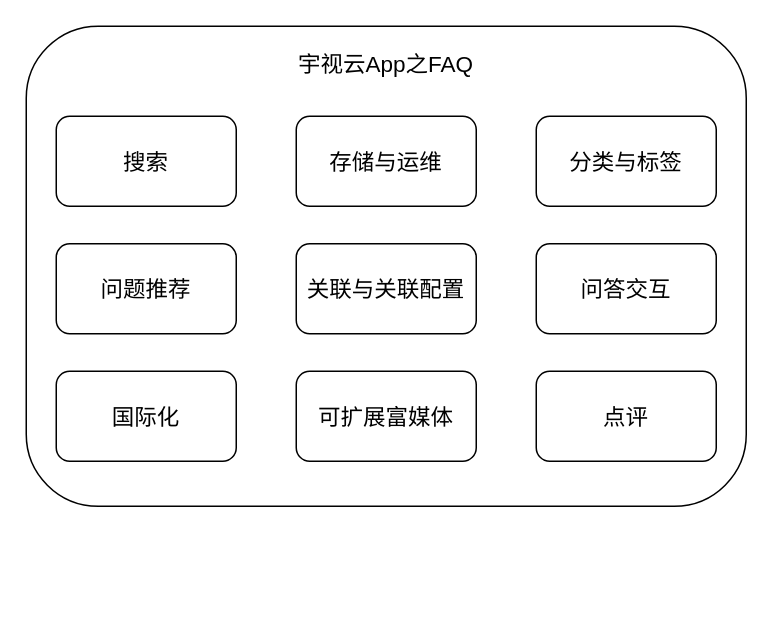
This is 宇视云之FAQ系统模块划分.drawio from HuaHero/OnLineFaq, a draw.io file, before an edit. Source tidied: cells renumbered, new cells numbered last; positions are measured from the earlier drawing's top-left corner, leaving out a move shared by most shapes. Both pictures are drawn from the tidied source at 150%, with x=0, y=0 at pixel (26, 26).
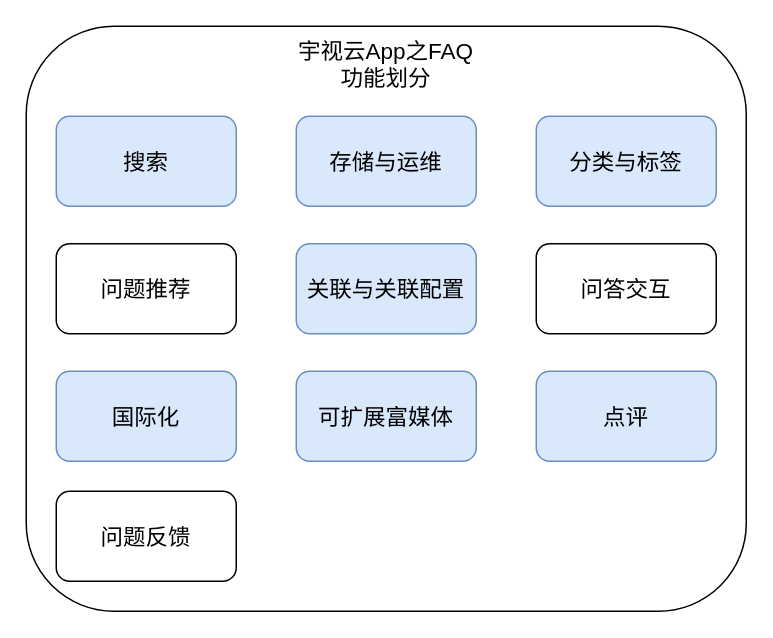
The same page after the edit.

Commit message:
更新宇视云之FAQ系统模块划分.drawio

Diff of the diagram source:
```diff
@@
 <mxGraphModel>
   <root>
     <mxCell id="0" />
     <mxCell id="1" parent="0" />
     <mxCell id="2" style="rounded=1;whiteSpace=wrap;html=1;fontSize=15;" parent="1" vertex="1">
-      <mxGeometry width="480" height="320" as="geometry" />
+      <mxGeometry width="480" height="390" as="geometry" />
     </mxCell>
-    <mxCell id="3" value="搜索" style="rounded=1;whiteSpace=wrap;html=1;fontSize=15;" parent="1" vertex="1">
+    <mxCell id="3" value="搜索" style="rounded=1;whiteSpace=wrap;html=1;fontSize=15;fillColor=#dae8fc;strokeColor=#6c8ebf;" parent="1" vertex="1">
       <mxGeometry x="20" y="60" width="120" height="60" as="geometry" />
     </mxCell>
-    <mxCell id="4" value="存储与运维" style="rounded=1;whiteSpace=wrap;html=1;fontSize=15;" parent="1" vertex="1">
+    <mxCell id="4" value="存储与运维" style="rounded=1;whiteSpace=wrap;html=1;fontSize=15;fillColor=#dae8fc;strokeColor=#6c8ebf;" parent="1" vertex="1">
       <mxGeometry x="180" y="60" width="120" height="60" as="geometry" />
     </mxCell>
-    <mxCell id="5" value="分类与标签" style="rounded=1;whiteSpace=wrap;html=1;fontSize=15;" parent="1" vertex="1">
+    <mxCell id="5" value="分类与标签" style="rounded=1;whiteSpace=wrap;html=1;fontSize=15;fillColor=#dae8fc;strokeColor=#6c8ebf;" parent="1" vertex="1">
       <mxGeometry x="340" y="60" width="120" height="60" as="geometry" />
     </mxCell>
     <mxCell id="6" value="问题推荐" style="rounded=1;whiteSpace=wrap;html=1;fontSize=15;" parent="1" vertex="1">
       <mxGeometry x="20" y="145" width="120" height="60" as="geometry" />
     </mxCell>
-    <mxCell id="7" value="关联与关联配置" style="rounded=1;whiteSpace=wrap;html=1;fontSize=15;" parent="1" vertex="1">
+    <mxCell id="7" value="关联与关联配置" style="rounded=1;whiteSpace=wrap;html=1;fontSize=15;fillColor=#dae8fc;strokeColor=#6c8ebf;" parent="1" vertex="1">
       <mxGeometry x="180" y="145" width="120" height="60" as="geometry" />
     </mxCell>
     <mxCell id="8" value="问答交互" style="rounded=1;whiteSpace=wrap;html=1;fontSize=15;" parent="1" vertex="1">
       <mxGeometry x="340" y="145" width="120" height="60" as="geometry" />
     </mxCell>
-    <mxCell id="9" value="国际化" style="rounded=1;whiteSpace=wrap;html=1;fontSize=15;" parent="1" vertex="1">
+    <mxCell id="9" value="国际化" style="rounded=1;whiteSpace=wrap;html=1;fontSize=15;fillColor=#dae8fc;strokeColor=#6c8ebf;" parent="1" vertex="1">
       <mxGeometry x="20" y="230" width="120" height="60" as="geometry" />
     </mxCell>
-    <mxCell id="10" value="可扩展富媒体" style="rounded=1;whiteSpace=wrap;html=1;fontSize=15;" parent="1" vertex="1">
+    <mxCell id="10" value="可扩展富媒体" style="rounded=1;whiteSpace=wrap;html=1;fontSize=15;fillColor=#dae8fc;strokeColor=#6c8ebf;" parent="1" vertex="1">
       <mxGeometry x="180" y="230" width="120" height="60" as="geometry" />
     </mxCell>
-    <mxCell id="11" value="点评" style="rounded=1;whiteSpace=wrap;html=1;fontSize=15;" parent="1" vertex="1">
+    <mxCell id="11" value="点评" style="rounded=1;whiteSpace=wrap;html=1;fontSize=15;fillColor=#dae8fc;strokeColor=#6c8ebf;" parent="1" vertex="1">
       <mxGeometry x="340" y="230" width="120" height="60" as="geometry" />
     </mxCell>
-    <mxCell id="12" value="宇视云App之FAQ" style="text;html=1;align=center;verticalAlign=middle;whiteSpace=wrap;rounded=0;fontSize=15;" parent="1" vertex="1">
+    <mxCell id="12" value="宇视云App之FAQ功能划分" style="text;html=1;align=center;verticalAlign=middle;whiteSpace=wrap;rounded=0;fontSize=15;" parent="1" vertex="1">
       <mxGeometry x="180" y="10" width="120" height="30" as="geometry" />
     </mxCell>
+    <mxCell id="13" value="问题反馈" style="rounded=1;whiteSpace=wrap;html=1;fontSize=15;" parent="1" vertex="1">
+      <mxGeometry x="20" y="310" width="120" height="60" as="geometry" />
+    </mxCell>
   </root>
 </mxGraphModel>
```
